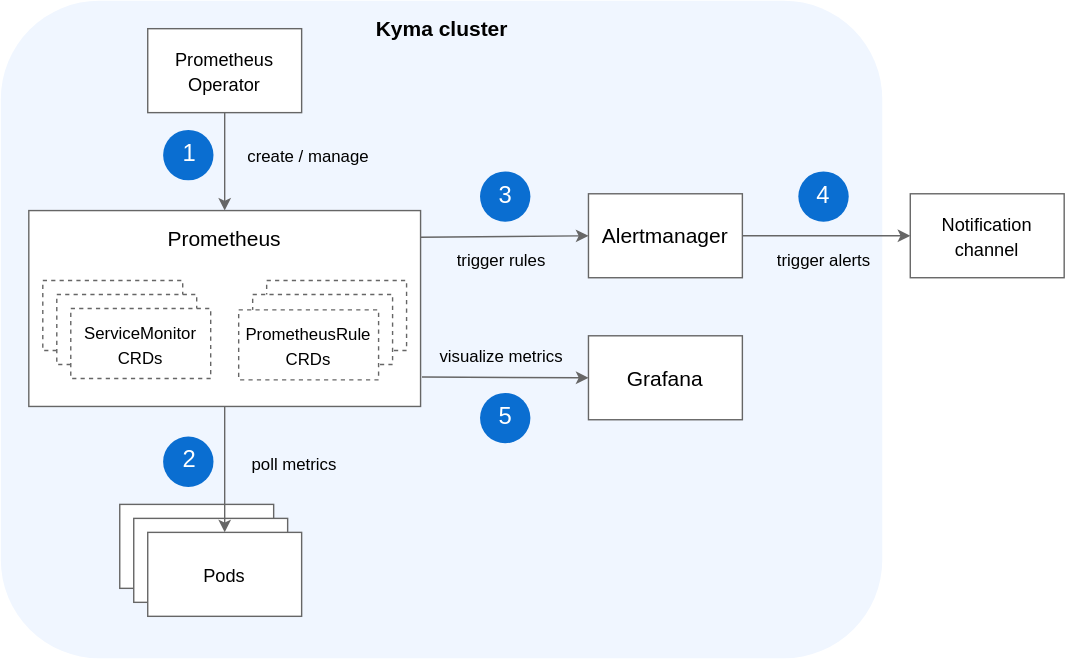
Earlier version of the draw.io export docs/05-technical-reference/03-architecture/assets/obsv-monitoring-flow.svg (kyma-project/kyma). Source tidied: cells renumbered, new cells last; positions are measured from the earlier drawing's top-left corner, leaving out a move shared by most shapes.
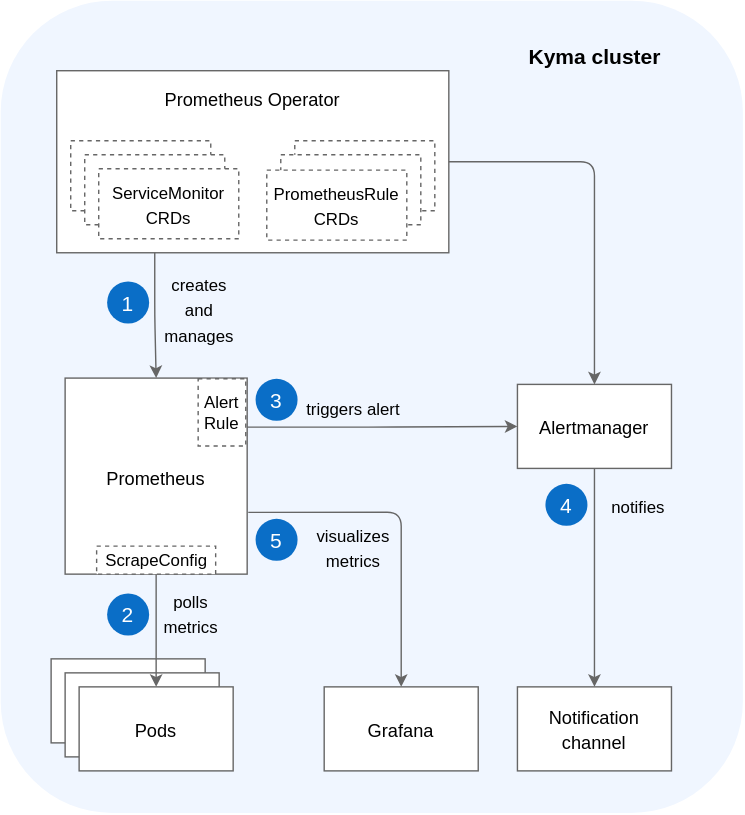
Later version of the same file.

Change to the diagram source:
```diff
@@ -3,119 +3,108 @@
     <mxCell id="0" />
     <mxCell id="1" parent="0" />
     <mxCell id="2" style="rounded=1;whiteSpace=wrap;html=1;strokeColor=none;fillColor=#F0F6FF;" parent="1" vertex="1">
-      <mxGeometry width="630" height="470" as="geometry" />
+      <mxGeometry x="10" y="-100" width="530" height="580" as="geometry" />
     </mxCell>
     <mxCell id="3" value="&lt;font style=&quot;font-size: 13px&quot;&gt;&lt;br&gt;&lt;/font&gt;" style="rounded=0;whiteSpace=wrap;html=1;labelBackgroundColor=none;strokeWidth=1;fillColor=#FFFFFF;gradientColor=none;fontFamily=Helvetica;fontSize=15;fontColor=#000000;strokeColor=#666666;" parent="1" vertex="1">
-      <mxGeometry x="85" y="360" width="110" height="60" as="geometry" />
+      <mxGeometry x="46" y="370" width="110" height="60" as="geometry" />
     </mxCell>
     <mxCell id="4" value="&lt;font style=&quot;font-size: 13px&quot;&gt;&lt;br&gt;&lt;/font&gt;" style="rounded=0;whiteSpace=wrap;html=1;labelBackgroundColor=none;strokeWidth=1;fillColor=#FFFFFF;gradientColor=none;fontFamily=Helvetica;fontSize=15;fontColor=#000000;strokeColor=#666666;" parent="1" vertex="1">
-      <mxGeometry x="95" y="370" width="110" height="60" as="geometry" />
+      <mxGeometry x="56" y="380" width="110" height="60" as="geometry" />
     </mxCell>
     <mxCell id="5" value="&lt;font style=&quot;font-size: 13px&quot;&gt;Pods&lt;br&gt;&lt;/font&gt;" style="rounded=0;whiteSpace=wrap;html=1;labelBackgroundColor=none;strokeWidth=1;fillColor=#FFFFFF;gradientColor=none;fontFamily=Helvetica;fontSize=15;fontColor=#000000;strokeColor=#666666;" parent="1" vertex="1">
-      <mxGeometry x="105" y="380" width="110" height="60" as="geometry" />
+      <mxGeometry x="66" y="390" width="110" height="60" as="geometry" />
     </mxCell>
-    <mxCell id="6" style="rounded=0;whiteSpace=wrap;html=1;labelBackgroundColor=none;strokeWidth=1;fillColor=#FFFFFF;gradientColor=none;fontFamily=Helvetica;fontSize=15;fontColor=#000000;strokeColor=#666666;" parent="1" vertex="1">
-      <mxGeometry x="20" y="150" width="280" height="140" as="geometry" />
+    <mxCell id="6" value="&lt;font style=&quot;font-size: 13px&quot;&gt;Prometheus&lt;br&gt;&lt;/font&gt;" style="rounded=0;whiteSpace=wrap;html=1;labelBackgroundColor=none;strokeWidth=1;fillColor=#FFFFFF;gradientColor=none;fontFamily=Helvetica;fontSize=15;fontColor=#000000;strokeColor=#666666;" parent="1" vertex="1">
+      <mxGeometry x="56" y="169.5" width="130" height="140" as="geometry" />
     </mxCell>
-    <mxCell id="7" value="Prometheus" style="text;html=1;strokeColor=none;fillColor=none;align=center;verticalAlign=middle;whiteSpace=wrap;rounded=0;fontSize=15;" parent="1" vertex="1">
-      <mxGeometry x="140" y="160" width="40" height="20" as="geometry" />
-    </mxCell>
-    <mxCell id="8" value="Grafana" style="rounded=0;whiteSpace=wrap;html=1;labelBackgroundColor=none;strokeWidth=1;fillColor=#FFFFFF;gradientColor=none;fontFamily=Helvetica;fontSize=15;fontColor=#000000;strokeColor=#666666;" parent="1" vertex="1">
-      <mxGeometry x="420" y="239.5" width="110" height="60" as="geometry" />
+    <mxCell id="8" value="&lt;font style=&quot;font-size: 13px&quot;&gt;Grafana&lt;/font&gt;" style="rounded=0;whiteSpace=wrap;html=1;labelBackgroundColor=none;strokeWidth=1;fillColor=#FFFFFF;gradientColor=none;fontFamily=Helvetica;fontSize=15;fontColor=#000000;strokeColor=#666666;" parent="1" vertex="1">
+      <mxGeometry x="241" y="390" width="110" height="60" as="geometry" />
     </mxCell>
-    <mxCell id="9" value="Alertmanager" style="rounded=0;whiteSpace=wrap;html=1;labelBackgroundColor=none;strokeWidth=1;fillColor=#FFFFFF;gradientColor=none;fontFamily=Helvetica;fontSize=15;fontColor=#000000;strokeColor=#666666;" parent="1" vertex="1">
-      <mxGeometry x="420" y="138" width="110" height="60" as="geometry" />
+    <mxCell id="9" value="&lt;font style=&quot;font-size: 13px&quot;&gt;Alertmanager&lt;/font&gt;" style="rounded=0;whiteSpace=wrap;html=1;labelBackgroundColor=none;strokeWidth=1;fillColor=#FFFFFF;gradientColor=none;fontFamily=Helvetica;fontSize=15;fontColor=#000000;strokeColor=#666666;" parent="1" vertex="1">
+      <mxGeometry x="379" y="174" width="110" height="60" as="geometry" />
     </mxCell>
-    <mxCell id="10" value="&lt;font style=&quot;font-size: 13px&quot;&gt;Prometheus &lt;br&gt;Operator&lt;/font&gt;" style="rounded=0;whiteSpace=wrap;html=1;labelBackgroundColor=none;strokeWidth=1;fillColor=#FFFFFF;gradientColor=none;fontFamily=Helvetica;fontSize=15;fontColor=#000000;strokeColor=#666666;" parent="1" vertex="1">
-      <mxGeometry x="105" y="20" width="110" height="60" as="geometry" />
+    <mxCell id="10" value="&lt;span style=&quot;font-size: 13px&quot;&gt;Prometheus Operator&lt;br&gt;&lt;br&gt;&lt;br&gt;&lt;br&gt;&lt;br&gt;&lt;br&gt;&lt;/span&gt;" style="rounded=0;whiteSpace=wrap;html=1;labelBackgroundColor=none;strokeWidth=1;fillColor=#FFFFFF;gradientColor=none;fontFamily=Helvetica;fontSize=15;fontColor=#000000;strokeColor=#666666;" parent="1" vertex="1">
+      <mxGeometry x="50" y="-50" width="280" height="130" as="geometry" />
     </mxCell>
-    <mxCell id="11" style="endArrow=classic;html=1;strokeWidth=1;fontFamily=Helvetica;fontSize=15;fontColor=#000000;entryX=0.5;entryY=0;entryDx=0;entryDy=0;exitX=0.5;exitY=1;exitDx=0;exitDy=0;strokeColor=#666666;" parent="1" edge="1" source="10" target="6">
-      <mxGeometry relative="1" as="geometry" />
-    </mxCell>
     <mxCell id="12" value="&lt;font style=&quot;font-size: 13px&quot;&gt;Notification channel&lt;/font&gt;" style="rounded=0;whiteSpace=wrap;html=1;labelBackgroundColor=none;strokeWidth=1;fillColor=#FFFFFF;gradientColor=none;fontFamily=Helvetica;fontSize=15;fontColor=#000000;strokeColor=#666666;" parent="1" vertex="1">
-      <mxGeometry x="650" y="138" width="110" height="60" as="geometry" />
+      <mxGeometry x="379" y="390" width="110" height="60" as="geometry" />
     </mxCell>
-    <mxCell id="13" style="endArrow=classic;html=1;strokeWidth=1;fontFamily=Helvetica;fontSize=15;fontColor=#000000;entryX=0;entryY=0.5;entryDx=0;entryDy=0;strokeColor=#666666;" parent="1" edge="1" target="8">
-      <mxGeometry relative="1" as="geometry">
-        <mxPoint x="301" y="269" as="sourcePoint" />
-      </mxGeometry>
-    </mxCell>
-    <mxCell id="14" value="&lt;font style=&quot;font-size: 12px&quot;&gt;poll metrics&lt;/font&gt;" style="text;html=1;strokeColor=none;fillColor=none;align=center;verticalAlign=middle;whiteSpace=wrap;rounded=0;fontSize=15;" parent="1" vertex="1">
-      <mxGeometry x="170" y="319.5" width="80" height="20" as="geometry" />
+    <mxCell id="14" value="&lt;font style=&quot;font-size: 12px&quot;&gt;polls&lt;br&gt;metrics&lt;/font&gt;" style="text;html=1;strokeColor=none;fillColor=none;align=center;verticalAlign=middle;whiteSpace=wrap;rounded=0;fontSize=15;" parent="1" vertex="1">
+      <mxGeometry x="126" y="329" width="40" height="15.2" as="geometry" />
     </mxCell>
-    <mxCell id="15" value="&lt;font style=&quot;font-size: 12px&quot;&gt;create / manage&lt;/font&gt;" style="text;html=1;strokeColor=none;fillColor=none;align=center;verticalAlign=middle;whiteSpace=wrap;rounded=0;fontSize=15;" parent="1" vertex="1">
-      <mxGeometry x="165" y="100" width="110" height="20" as="geometry" />
+    <mxCell id="15" value="&lt;font style=&quot;font-size: 12px&quot;&gt;creates&lt;br&gt;and &lt;br&gt;manages&lt;/font&gt;" style="text;html=1;strokeColor=none;fillColor=none;align=center;verticalAlign=middle;whiteSpace=wrap;rounded=0;fontSize=15;" parent="1" vertex="1">
+      <mxGeometry x="127" y="90" width="50" height="59.5" as="geometry" />
     </mxCell>
-    <mxCell id="16" value="&lt;font style=&quot;font-size: 12px&quot;&gt;visualize metrics&lt;/font&gt;" style="text;html=1;strokeColor=none;fillColor=none;align=center;verticalAlign=middle;whiteSpace=wrap;rounded=0;fontSize=15;" parent="1" vertex="1">
-      <mxGeometry x="308" y="242.5" width="100" height="20" as="geometry" />
+    <mxCell id="16" value="&lt;font style=&quot;font-size: 12px&quot;&gt;visualizes&lt;br&gt;metrics&lt;/font&gt;" style="text;html=1;strokeColor=none;fillColor=none;align=center;verticalAlign=middle;whiteSpace=wrap;rounded=0;fontSize=15;" parent="1" vertex="1">
+      <mxGeometry x="212" y="280" width="100" height="20" as="geometry" />
     </mxCell>
-    <mxCell id="17" value="&lt;font style=&quot;font-size: 12px&quot;&gt;trigger rules&lt;/font&gt;" style="text;html=1;strokeColor=none;fillColor=none;align=center;verticalAlign=middle;whiteSpace=wrap;rounded=0;fontSize=15;" parent="1" vertex="1">
-      <mxGeometry x="321" y="173.5" width="74" height="20" as="geometry" />
+    <mxCell id="17" value="&lt;font style=&quot;font-size: 12px&quot;&gt;triggers alert&lt;/font&gt;" style="text;html=1;strokeColor=none;fillColor=none;align=center;verticalAlign=middle;whiteSpace=wrap;rounded=0;fontSize=15;" parent="1" vertex="1">
+      <mxGeometry x="225" y="180" width="74" height="20" as="geometry" />
     </mxCell>
-    <mxCell id="18" value="&lt;font style=&quot;font-size: 12px&quot;&gt;trigger alerts&lt;/font&gt;" style="text;html=1;strokeColor=none;fillColor=none;align=center;verticalAlign=middle;whiteSpace=wrap;rounded=0;fontSize=15;" parent="1" vertex="1">
-      <mxGeometry x="551.5" y="174" width="73" height="20" as="geometry" />
+    <mxCell id="18" value="&lt;font style=&quot;font-size: 12px&quot;&gt;notifies&lt;/font&gt;" style="text;html=1;strokeColor=none;fillColor=none;align=center;verticalAlign=middle;whiteSpace=wrap;rounded=0;fontSize=15;" parent="1" vertex="1">
+      <mxGeometry x="429" y="250" width="73" height="20" as="geometry" />
     </mxCell>
-    <mxCell id="19" style="ellipse;whiteSpace=wrap;html=1;labelBackgroundColor=none;strokeColor=none;strokeWidth=1;fillColor=#0A6ED1;gradientColor=none;fontFamily=Helvetica;fontSize=15;fontColor=#000000;" parent="1" vertex="1">
-      <mxGeometry x="116" y="311.5" width="36" height="36" as="geometry" />
-    </mxCell>
-    <mxCell id="20" value="&lt;font style=&quot;font-size: 17px&quot; color=&quot;#ffffff&quot;&gt;2&lt;/font&gt;" style="text;html=1;strokeColor=none;fillColor=none;align=center;verticalAlign=middle;whiteSpace=wrap;rounded=0;labelBackgroundColor=none;fontFamily=Helvetica;fontSize=15;fontColor=#000000;" parent="1" vertex="1">
-      <mxGeometry x="126.5" y="322" width="16" height="13" as="geometry" />
-    </mxCell>
-    <mxCell id="21" style="ellipse;whiteSpace=wrap;html=1;labelBackgroundColor=none;strokeColor=none;strokeWidth=1;fillColor=#0A6ED1;gradientColor=none;fontFamily=Helvetica;fontSize=15;fontColor=#000000;" parent="1" vertex="1">
-      <mxGeometry x="116" y="92.4" width="36" height="36" as="geometry" />
+    <mxCell id="21" value="&lt;font color=&quot;#ffffff&quot;&gt;1&lt;/font&gt;" style="ellipse;whiteSpace=wrap;html=1;labelBackgroundColor=none;strokeColor=none;strokeWidth=1;gradientColor=none;fontFamily=Helvetica;fontSize=15;fontColor=#000000;fillColor=#0A6EC7;" parent="1" vertex="1">
+      <mxGeometry x="86" y="100.5" width="30" height="30" as="geometry" />
     </mxCell>
-    <mxCell id="22" value="&lt;font style=&quot;font-size: 17px&quot; color=&quot;#ffffff&quot;&gt;1&lt;/font&gt;" style="text;html=1;strokeColor=none;fillColor=none;align=center;verticalAlign=middle;whiteSpace=wrap;rounded=0;labelBackgroundColor=none;fontFamily=Helvetica;fontSize=15;fontColor=#000000;" parent="1" vertex="1">
-      <mxGeometry x="126.5" y="103.9" width="16" height="13" as="geometry" />
-    </mxCell>
-    <mxCell id="23" style="ellipse;whiteSpace=wrap;html=1;labelBackgroundColor=none;strokeColor=none;strokeWidth=1;fillColor=#0A6ED1;gradientColor=none;fontFamily=Helvetica;fontSize=15;fontColor=#000000;" parent="1" vertex="1">
-      <mxGeometry x="342.5" y="122" width="36" height="36" as="geometry" />
-    </mxCell>
-    <mxCell id="24" value="&lt;font style=&quot;font-size: 17px&quot; color=&quot;#ffffff&quot;&gt;3&lt;/font&gt;" style="text;html=1;strokeColor=none;fillColor=none;align=center;verticalAlign=middle;whiteSpace=wrap;rounded=0;labelBackgroundColor=none;fontFamily=Helvetica;fontSize=15;fontColor=#000000;" parent="1" vertex="1">
-      <mxGeometry x="353" y="133.5" width="16" height="13" as="geometry" />
-    </mxCell>
-    <mxCell id="25" style="ellipse;whiteSpace=wrap;html=1;labelBackgroundColor=none;strokeColor=none;strokeWidth=1;fillColor=#0A6ED1;gradientColor=none;fontFamily=Helvetica;fontSize=15;fontColor=#000000;" parent="1" vertex="1">
-      <mxGeometry x="342.5" y="280.3" width="36" height="36" as="geometry" />
-    </mxCell>
-    <mxCell id="26" value="&lt;font style=&quot;font-size: 17px&quot; color=&quot;#ffffff&quot;&gt;5&lt;/font&gt;" style="text;html=1;strokeColor=none;fillColor=none;align=center;verticalAlign=middle;whiteSpace=wrap;rounded=0;labelBackgroundColor=none;fontFamily=Helvetica;fontSize=15;fontColor=#000000;" parent="1" vertex="1">
-      <mxGeometry x="352.5" y="291.3" width="16" height="13" as="geometry" />
-    </mxCell>
-    <mxCell id="27" style="ellipse;whiteSpace=wrap;html=1;labelBackgroundColor=none;strokeColor=none;strokeWidth=1;fillColor=#0A6ED1;gradientColor=none;fontFamily=Helvetica;fontSize=15;fontColor=#000000;" parent="1" vertex="1">
-      <mxGeometry x="570" y="122" width="36" height="36" as="geometry" />
-    </mxCell>
-    <mxCell id="28" value="&lt;font style=&quot;font-size: 17px&quot; color=&quot;#ffffff&quot;&gt;4&lt;/font&gt;" style="text;html=1;strokeColor=none;fillColor=none;align=center;verticalAlign=middle;whiteSpace=wrap;rounded=0;labelBackgroundColor=none;fontFamily=Helvetica;fontSize=15;fontColor=#000000;" parent="1" vertex="1">
-      <mxGeometry x="580.5" y="133.5" width="16" height="13" as="geometry" />
-    </mxCell>
-    <mxCell id="29" style="endArrow=classic;html=1;strokeWidth=1;fontFamily=Helvetica;fontSize=15;fontColor=#000000;entryX=0;entryY=0.5;entryDx=0;entryDy=0;strokeColor=#666666;" parent="1" edge="1" target="12">
-      <mxGeometry relative="1" as="geometry">
-        <mxPoint x="530" y="168" as="sourcePoint" />
-      </mxGeometry>
-    </mxCell>
     <mxCell id="30" style="rounded=0;whiteSpace=wrap;html=1;labelBackgroundColor=none;strokeWidth=1;fillColor=#FFFFFF;gradientColor=none;fontFamily=Helvetica;fontSize=15;fontColor=#000000;dashed=1;strokeColor=#666666;" parent="1" vertex="1">
-      <mxGeometry x="30" y="200" width="100" height="50" as="geometry" />
+      <mxGeometry x="60" width="100" height="50" as="geometry" />
     </mxCell>
     <mxCell id="31" style="rounded=0;whiteSpace=wrap;html=1;labelBackgroundColor=none;strokeWidth=1;fillColor=#FFFFFF;gradientColor=none;fontFamily=Helvetica;fontSize=15;fontColor=#000000;dashed=1;strokeColor=#666666;" parent="1" vertex="1">
-      <mxGeometry x="40" y="210" width="100" height="50" as="geometry" />
+      <mxGeometry x="70" y="10" width="100" height="50" as="geometry" />
     </mxCell>
     <mxCell id="32" value="&lt;font style=&quot;font-size: 12px&quot;&gt;ServiceMonitor CRDs&lt;/font&gt;" style="rounded=0;whiteSpace=wrap;html=1;labelBackgroundColor=none;strokeWidth=1;fillColor=#FFFFFF;gradientColor=none;fontFamily=Helvetica;fontSize=15;fontColor=#000000;dashed=1;strokeColor=#666666;" parent="1" vertex="1">
-      <mxGeometry x="50" y="220" width="100" height="50" as="geometry" />
+      <mxGeometry x="80" y="20" width="100" height="50" as="geometry" />
     </mxCell>
     <mxCell id="33" style="rounded=0;whiteSpace=wrap;html=1;labelBackgroundColor=none;strokeWidth=1;fillColor=#FFFFFF;gradientColor=none;fontFamily=Helvetica;fontSize=15;fontColor=#000000;dashed=1;strokeColor=#666666;" parent="1" vertex="1">
-      <mxGeometry x="190" y="200" width="100" height="50" as="geometry" />
+      <mxGeometry x="220" width="100" height="50" as="geometry" />
     </mxCell>
     <mxCell id="34" style="rounded=0;whiteSpace=wrap;html=1;labelBackgroundColor=none;strokeWidth=1;fillColor=#FFFFFF;gradientColor=none;fontFamily=Helvetica;fontSize=15;fontColor=#000000;dashed=1;strokeColor=#666666;" parent="1" vertex="1">
-      <mxGeometry x="180" y="210" width="100" height="50" as="geometry" />
+      <mxGeometry x="210" y="10" width="100" height="50" as="geometry" />
     </mxCell>
     <mxCell id="35" value="&lt;span style=&quot;white-space: normal&quot;&gt;&lt;font style=&quot;font-size: 12px&quot;&gt;PrometheusRule CRDs&lt;/font&gt;&lt;/span&gt;" style="rounded=0;whiteSpace=wrap;html=1;labelBackgroundColor=none;strokeWidth=1;fillColor=#FFFFFF;gradientColor=none;fontFamily=Helvetica;fontSize=15;fontColor=#000000;dashed=1;strokeColor=#666666;" parent="1" vertex="1">
-      <mxGeometry x="170" y="221" width="100" height="50" as="geometry" />
+      <mxGeometry x="200" y="21" width="100" height="50" as="geometry" />
     </mxCell>
+    <mxCell id="38" value="&lt;font style=&quot;font-size: 15px&quot;&gt;&lt;b&gt;Kyma cluster&lt;/b&gt;&lt;/font&gt;" style="text;html=1;align=center;verticalAlign=middle;" parent="1" vertex="1">
+      <mxGeometry x="379" y="-70" width="110" height="20" as="geometry" />
+    </mxCell>
+    <mxCell id="39" value="Alert Rule" style="rounded=0;whiteSpace=wrap;html=1;strokeColor=#666666;dashed=1;" parent="1" vertex="1">
+      <mxGeometry x="151" y="170" width="34" height="48" as="geometry" />
+    </mxCell>
+    <mxCell id="40" value="ScrapeConfig" style="rounded=0;whiteSpace=wrap;html=1;strokeColor=#666666;dashed=1;" parent="1" vertex="1">
+      <mxGeometry x="78.5" y="289.5" width="85" height="20" as="geometry" />
+    </mxCell>
+    <mxCell id="20" value="&lt;font color=&quot;#ffffff&quot;&gt;2&lt;/font&gt;" style="ellipse;whiteSpace=wrap;html=1;labelBackgroundColor=none;strokeColor=none;strokeWidth=1;gradientColor=none;fontFamily=Helvetica;fontSize=15;fontColor=#000000;fillColor=#0A6EC7;" parent="1" vertex="1">
+      <mxGeometry x="86" y="323.3" width="30" height="30" as="geometry" />
+    </mxCell>
+    <mxCell id="41" style="edgeStyle=orthogonalEdgeStyle;rounded=1;jettySize=auto;html=1;strokeColor=#666666;entryX=0.5;entryY=0;entryDx=0;entryDy=0;exitX=1;exitY=0.5;exitDx=0;exitDy=0;" parent="1" edge="1" source="10" target="9">
+      <mxGeometry relative="1" as="geometry" />
+    </mxCell>
+    <mxCell id="11" style="edgeStyle=orthogonalEdgeStyle;rounded=1;jettySize=auto;html=1;strokeColor=#666666;entryX=0.5;entryY=0;entryDx=0;entryDy=0;exitX=0.25;exitY=1;exitDx=0;exitDy=0;" parent="1" edge="1" source="10" target="6">
+      <mxGeometry relative="1" as="geometry" />
+    </mxCell>
-    <mxCell id="36" style="endArrow=classic;html=1;strokeWidth=1;fontFamily=Helvetica;fontSize=15;fontColor=#000000;exitX=0.5;exitY=1;exitDx=0;exitDy=0;entryX=0.5;entryY=0;entryDx=0;entryDy=0;strokeColor=#666666;" parent="1" edge="1" source="6" target="5">
+    <mxCell id="36" style="edgeStyle=orthogonalEdgeStyle;rounded=1;jettySize=auto;html=1;strokeColor=#666666;exitX=0.5;exitY=1;exitDx=0;exitDy=0;" parent="1" edge="1" source="6" target="5">
       <mxGeometry relative="1" as="geometry" />
     </mxCell>
+    <mxCell id="42" style="edgeStyle=orthogonalEdgeStyle;rounded=1;jettySize=auto;html=1;strokeColor=#666666;entryX=0.5;entryY=0;entryDx=0;entryDy=0;exitX=1.006;exitY=0.685;exitDx=0;exitDy=0;exitPerimeter=0;" parent="1" edge="1" source="6" target="8">
+      <mxGeometry relative="1" as="geometry" />
+    </mxCell>
+    <mxCell id="24" value="&lt;font color=&quot;#ffffff&quot;&gt;3&lt;br&gt;&lt;/font&gt;" style="ellipse;whiteSpace=wrap;html=1;labelBackgroundColor=none;strokeColor=none;strokeWidth=1;gradientColor=none;fontFamily=Helvetica;fontSize=15;fontColor=#000000;fillColor=#0A6EC7;" parent="1" vertex="1">
+      <mxGeometry x="192" y="170" width="30" height="30" as="geometry" />
+    </mxCell>
+    <mxCell id="26" value="&lt;font color=&quot;#ffffff&quot;&gt;5&lt;/font&gt;" style="ellipse;whiteSpace=wrap;html=1;labelBackgroundColor=none;strokeColor=none;strokeWidth=1;gradientColor=none;fontFamily=Helvetica;fontSize=15;fontColor=#000000;fillColor=#0A6EC7;" parent="1" vertex="1">
+      <mxGeometry x="192" y="270" width="30" height="30" as="geometry" />
+    </mxCell>
+    <mxCell id="28" value="&lt;font color=&quot;#ffffff&quot;&gt;4&lt;/font&gt;" style="ellipse;whiteSpace=wrap;html=1;labelBackgroundColor=none;strokeColor=none;strokeWidth=1;gradientColor=none;fontFamily=Helvetica;fontSize=15;fontColor=#000000;fillColor=#0A6EC7;" parent="1" vertex="1">
+      <mxGeometry x="399" y="245" width="30" height="30" as="geometry" />
+    </mxCell>
-    <mxCell id="37" style="endArrow=classic;html=1;strokeWidth=1;fontFamily=Helvetica;fontSize=15;fontColor=#000000;entryX=0;entryY=0.5;entryDx=0;entryDy=0;exitX=0.999;exitY=0.136;exitDx=0;exitDy=0;exitPerimeter=0;strokeColor=#666666;" parent="1" edge="1" source="6" target="9">
+    <mxCell id="37" style="edgeStyle=orthogonalEdgeStyle;rounded=1;jettySize=auto;html=1;strokeColor=#666666;entryX=0;entryY=0.5;entryDx=0;entryDy=0;exitX=1;exitY=0.25;exitDx=0;exitDy=0;" parent="1" edge="1" source="6" target="9">
       <mxGeometry relative="1" as="geometry" />
     </mxCell>
-    <mxCell id="38" value="&lt;font style=&quot;font-size: 15px&quot;&gt;&lt;b&gt;Kyma cluster&lt;/b&gt;&lt;/font&gt;" style="text;html=1;align=center;verticalAlign=middle;" parent="1" vertex="1">
-      <mxGeometry x="260" y="10" width="110" height="20" as="geometry" />
-    </mxCell>
+    <mxCell id="43" style="edgeStyle=orthogonalEdgeStyle;rounded=1;jettySize=auto;html=1;strokeColor=#666666;exitX=0.5;exitY=1;exitDx=0;exitDy=0;" parent="1" edge="1" source="9">
+      <mxGeometry relative="1" as="geometry">
+        <mxPoint x="434" y="390" as="targetPoint" />
+      </mxGeometry>
+    </mxCell>
   </root>
 </mxGraphModel>
```
